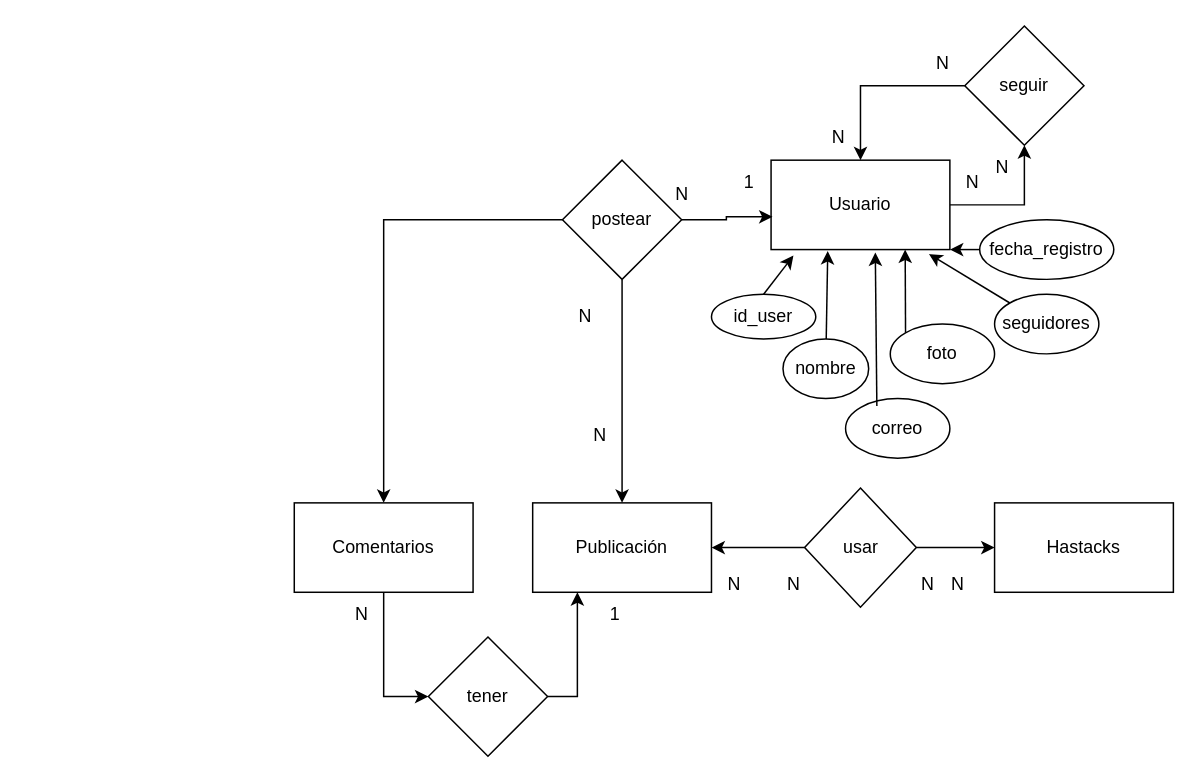
Earlier version of the draw.io diagram ej16.drawio (adriii28/amr-tsys-C3U12-11102023). Source tidied: cells renumbered, new cells numbered last; positions are measured from the earlier drawing's top-left corner, leaving out a move shared by most shapes. Both pictures are drawn from the tidied source at 149%, with x=0, y=0 at pixel (294, 25).
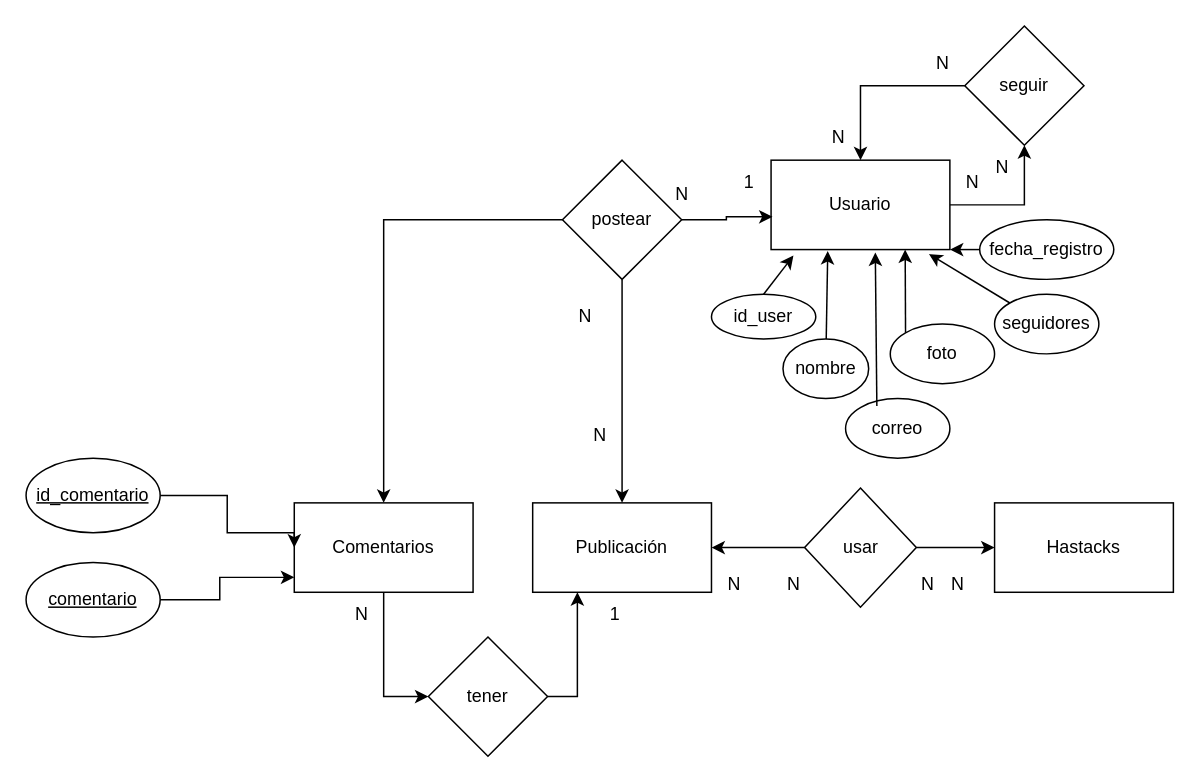
Above is the later version.

Commit message:
atributo comentario

Unchanged cells that the change refers to:
```xml
<mxCell id="36" value="Comentarios" style="rounded=0;whiteSpace=wrap;html=1;" parent="1" vertex="1">
  <mxGeometry y="320" width="120" height="60" as="geometry" />
</mxCell>
```

What changed in the source:
```diff
@@
+    <mxCell id="45" style="edgeStyle=orthogonalEdgeStyle;rounded=0;jettySize=auto;html=1;entryX=0;entryY=0.5;entryDx=0;entryDy=0;" parent="1" edge="1" source="46" target="36">
+      <mxGeometry relative="1" as="geometry">
+        <Array as="points">
+          <mxPoint x="-45" y="315" />
+          <mxPoint x="-45" y="340" />
+          <mxPoint y="340" />
+        </Array>
+      </mxGeometry>
+    </mxCell>
+    <mxCell id="46" value="&lt;u&gt;id_comentario&lt;/u&gt;" style="ellipse;whiteSpace=wrap;html=1;" parent="1" vertex="1">
+      <mxGeometry x="-180" y="290" width="90" height="50" as="geometry" />
+    </mxCell>
+    <mxCell id="47" style="edgeStyle=orthogonalEdgeStyle;rounded=0;jettySize=auto;html=1;" parent="1" edge="1" source="48" target="36">
+      <mxGeometry relative="1" as="geometry">
+        <Array as="points">
+          <mxPoint x="-50" y="385" />
+          <mxPoint x="-50" y="370" />
+        </Array>
+      </mxGeometry>
+    </mxCell>
+    <mxCell id="48" value="&lt;u&gt;comentario&lt;/u&gt;" style="ellipse;whiteSpace=wrap;html=1;" parent="1" vertex="1">
+      <mxGeometry x="-180" y="360" width="90" height="50" as="geometry" />
+    </mxCell>
```
